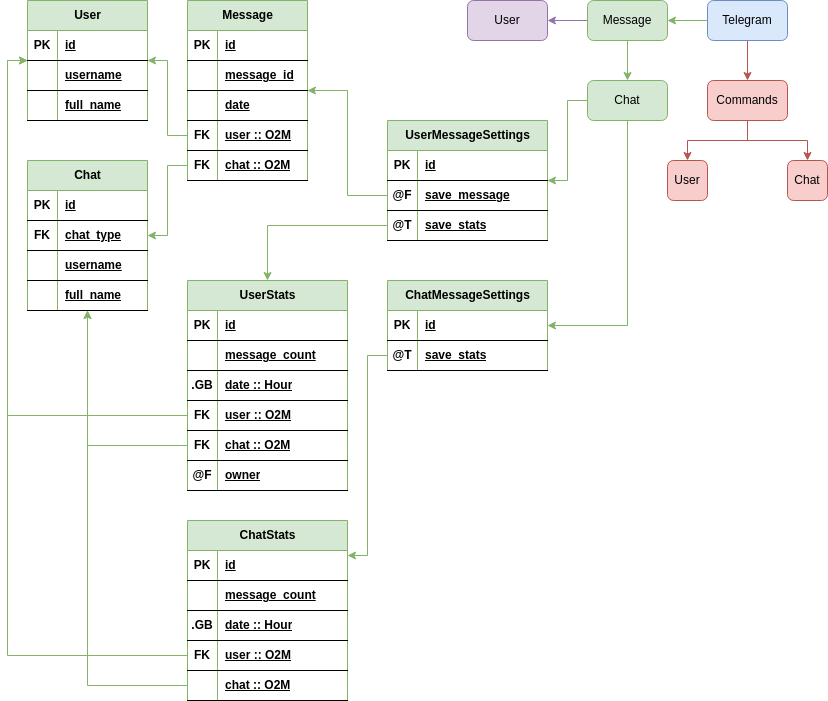
The draw.io diagram static/readme/TgBot.png in sh1chan/SmallToolBox, before a commit. Source tidied: cells renumbered, new cells last; positions are measured from the earlier drawing's top-left corner, leaving out a move shared by most shapes.
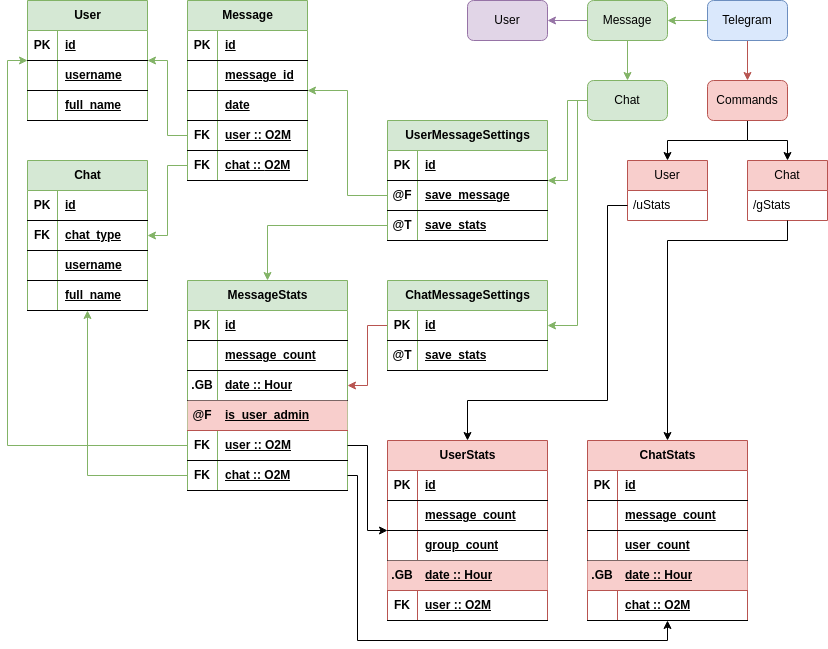
After the change.

The edit, as a diff of the source:
```diff
@@ -169,3 +169,3 @@
     </mxCell>
-    <mxCell id="53" value="UserStats" style="shape=table;startSize=30;rowLines=0;fontStyle=1;align=center;html=1;fillColor=#d5e8d4;strokeColor=#82b366;" parent="1" vertex="1">
+    <mxCell id="53" value="MessageStats" style="shape=table;startSize=30;rowLines=0;fontStyle=1;align=center;html=1;fillColor=#d5e8d4;strokeColor=#82b366;" parent="1" vertex="1">
       <mxGeometry x="180" y="280" width="160" height="210" as="geometry" />
@@ -199,4 +199,13 @@
     </mxCell>
+    <mxCell id="119" style="shape=tableRow;horizontal=0;startSize=0;swimlaneHead=0;swimlaneBody=0;fillColor=#f8cecc;top=0;left=0;right=0;bottom=1;strokeColor=#b85450;" parent="53" vertex="1">
+      <mxGeometry y="120" width="160" height="30" as="geometry" />
+    </mxCell>
+    <mxCell id="70" value="@F" style="shape=partialRectangle;fillColor=none;top=0;left=0;bottom=0;right=0;fontStyle=1;overflow=hidden;whiteSpace=wrap;html=1;" parent="119" vertex="1">
+      <mxGeometry width="30" height="30" as="geometry" />
+    </mxCell>
+    <mxCell id="120" value="is_user_admin" style="shape=partialRectangle;fillColor=none;top=0;left=0;bottom=0;right=0;align=left;spacingLeft=6;fontStyle=5;overflow=hidden;whiteSpace=wrap;html=1;" parent="119" vertex="1">
+      <mxGeometry x="30" width="130" height="30" as="geometry" />
+    </mxCell>
     <mxCell id="63" style="shape=tableRow;horizontal=0;startSize=0;swimlaneHead=0;swimlaneBody=0;fillColor=none;points=[[0,0.5],[1,0.5]];portConstraint=eastwest;top=0;left=0;right=0;bottom=1;" parent="53" vertex="1">
-      <mxGeometry y="120" width="160" height="30" as="geometry" />
+      <mxGeometry y="150" width="160" height="30" as="geometry" />
     </mxCell>
@@ -209,3 +218,3 @@
     <mxCell id="66" style="shape=tableRow;horizontal=0;startSize=0;swimlaneHead=0;swimlaneBody=0;fillColor=none;points=[[0,0.5],[1,0.5]];portConstraint=eastwest;top=0;left=0;right=0;bottom=1;" parent="53" vertex="1">
-      <mxGeometry y="150" width="160" height="30" as="geometry" />
+      <mxGeometry y="180" width="160" height="30" as="geometry" />
     </mxCell>
@@ -217,11 +226,5 @@
     </mxCell>
-    <mxCell id="69" style="shape=tableRow;horizontal=0;startSize=0;swimlaneHead=0;swimlaneBody=0;fillColor=none;top=0;left=0;right=0;bottom=1;" parent="53" vertex="1">
-      <mxGeometry y="180" width="160" height="30" as="geometry" />
-    </mxCell>
-    <mxCell id="70" value="@F" style="shape=partialRectangle;fillColor=none;top=0;left=0;bottom=0;right=0;fontStyle=1;overflow=hidden;whiteSpace=wrap;html=1;" parent="69" vertex="1">
-      <mxGeometry width="30" height="30" as="geometry" />
-    </mxCell>
-    <mxCell id="71" value="owner" style="shape=partialRectangle;fillColor=none;top=0;left=0;bottom=0;right=0;align=left;spacingLeft=6;fontStyle=5;overflow=hidden;whiteSpace=wrap;html=1;" parent="69" vertex="1">
-      <mxGeometry x="30" width="130" height="30" as="geometry" />
-    </mxCell>
+    <mxCell id="121" style="edgeStyle=orthogonalEdgeStyle;rounded=0;jettySize=auto;html=1;fillColor=#f8cecc;strokeColor=#b85450;" parent="1" edge="1" source="72" target="53">
+      <mxGeometry relative="1" as="geometry" />
+    </mxCell>
     <mxCell id="72" value="ChatMessageSettings" style="shape=table;startSize=30;rowLines=0;fontStyle=1;align=center;html=1;fillColor=#d5e8d4;strokeColor=#82b366;" parent="1" vertex="1">
@@ -259,50 +262,2 @@
     </mxCell>
-    <mxCell id="83" value="ChatStats" style="shape=table;startSize=30;rowLines=0;fontStyle=1;align=center;html=1;fillColor=#d5e8d4;strokeColor=#82b366;" parent="1" vertex="1">
-      <mxGeometry x="180" y="520" width="160" height="180" as="geometry" />
-    </mxCell>
-    <mxCell id="84" style="shape=tableRow;horizontal=0;startSize=0;swimlaneHead=0;swimlaneBody=0;fillColor=none;top=0;left=0;right=0;bottom=1;" parent="83" vertex="1">
-      <mxGeometry y="30" width="160" height="30" as="geometry" />
-    </mxCell>
-    <mxCell id="85" value="PK" style="shape=partialRectangle;fillColor=none;top=0;left=0;bottom=0;right=0;fontStyle=1;overflow=hidden;whiteSpace=wrap;html=1;" parent="84" vertex="1">
-      <mxGeometry width="30" height="30" as="geometry" />
-    </mxCell>
-    <mxCell id="86" value="id" style="shape=partialRectangle;fillColor=none;top=0;left=0;bottom=0;right=0;align=left;spacingLeft=6;fontStyle=5;overflow=hidden;whiteSpace=wrap;html=1;" parent="84" vertex="1">
-      <mxGeometry x="30" width="130" height="30" as="geometry" />
-    </mxCell>
-    <mxCell id="87" style="shape=tableRow;horizontal=0;startSize=0;swimlaneHead=0;swimlaneBody=0;fillColor=none;top=0;left=0;right=0;bottom=1;" parent="83" vertex="1">
-      <mxGeometry y="60" width="160" height="30" as="geometry" />
-    </mxCell>
-    <mxCell id="88" style="shape=partialRectangle;fillColor=none;top=0;left=0;bottom=0;right=0;fontStyle=1;overflow=hidden;whiteSpace=wrap;html=1;" parent="87" vertex="1">
-      <mxGeometry width="30" height="30" as="geometry" />
-    </mxCell>
-    <mxCell id="89" value="message_count" style="shape=partialRectangle;fillColor=none;top=0;left=0;bottom=0;right=0;align=left;spacingLeft=6;fontStyle=5;overflow=hidden;whiteSpace=wrap;html=1;" parent="87" vertex="1">
-      <mxGeometry x="30" width="130" height="30" as="geometry" />
-    </mxCell>
-    <mxCell id="90" style="shape=tableRow;horizontal=0;startSize=0;swimlaneHead=0;swimlaneBody=0;fillColor=none;top=0;left=0;right=0;bottom=1;" parent="83" vertex="1">
-      <mxGeometry y="90" width="160" height="30" as="geometry" />
-    </mxCell>
-    <mxCell id="91" value=".GB" style="shape=partialRectangle;fillColor=none;top=0;left=0;bottom=0;right=0;fontStyle=1;overflow=hidden;whiteSpace=wrap;html=1;" parent="90" vertex="1">
-      <mxGeometry width="30" height="30" as="geometry" />
-    </mxCell>
-    <mxCell id="92" value="date :: Hour" style="shape=partialRectangle;fillColor=none;top=0;left=0;bottom=0;right=0;align=left;spacingLeft=6;fontStyle=5;overflow=hidden;whiteSpace=wrap;html=1;" parent="90" vertex="1">
-      <mxGeometry x="30" width="130" height="30" as="geometry" />
-    </mxCell>
-    <mxCell id="93" style="shape=tableRow;horizontal=0;startSize=0;swimlaneHead=0;swimlaneBody=0;fillColor=none;points=[[0,0.5],[1,0.5]];portConstraint=eastwest;top=0;left=0;right=0;bottom=1;" parent="83" vertex="1">
-      <mxGeometry y="120" width="160" height="30" as="geometry" />
-    </mxCell>
-    <mxCell id="94" value="FK" style="shape=partialRectangle;fillColor=none;top=0;left=0;bottom=0;right=0;fontStyle=1;overflow=hidden;whiteSpace=wrap;html=1;" parent="93" vertex="1">
-      <mxGeometry width="30" height="30" as="geometry" />
-    </mxCell>
-    <mxCell id="95" value="user :: O2M" style="shape=partialRectangle;fillColor=none;top=0;left=0;bottom=0;right=0;align=left;spacingLeft=6;fontStyle=5;overflow=hidden;whiteSpace=wrap;html=1;" parent="93" vertex="1">
-      <mxGeometry x="30" width="130" height="30" as="geometry" />
-    </mxCell>
-    <mxCell id="96" style="shape=tableRow;horizontal=0;startSize=0;swimlaneHead=0;swimlaneBody=0;fillColor=none;points=[[0,0.5],[1,0.5]];portConstraint=eastwest;top=0;left=0;right=0;bottom=1;" parent="83" vertex="1">
-      <mxGeometry y="150" width="160" height="30" as="geometry" />
-    </mxCell>
-    <mxCell id="97" style="shape=partialRectangle;fillColor=none;top=0;left=0;bottom=0;right=0;fontStyle=1;overflow=hidden;whiteSpace=wrap;html=1;" parent="96" vertex="1">
-      <mxGeometry width="30" height="30" as="geometry" />
-    </mxCell>
-    <mxCell id="98" value="chat :: O2M" style="shape=partialRectangle;fillColor=none;top=0;left=0;bottom=0;right=0;align=left;spacingLeft=6;fontStyle=5;overflow=hidden;whiteSpace=wrap;html=1;" parent="96" vertex="1">
-      <mxGeometry x="30" width="130" height="30" as="geometry" />
-    </mxCell>
     <mxCell id="99" style="edgeStyle=orthogonalEdgeStyle;rounded=0;jettySize=auto;html=1;fillColor=#d5e8d4;strokeColor=#82b366;" parent="1" edge="1" source="66" target="28">
@@ -328,6 +283,6 @@
     </mxCell>
-    <mxCell id="106" style="edgeStyle=orthogonalEdgeStyle;rounded=0;jettySize=auto;html=1;fillColor=#f8cecc;strokeColor=#b85450;" parent="1" edge="1" source="108" target="117">
+    <mxCell id="106" style="edgeStyle=orthogonalEdgeStyle;rounded=0;jettySize=auto;html=1;" parent="1" edge="1" source="108" target="117">
       <mxGeometry relative="1" as="geometry" />
     </mxCell>
-    <mxCell id="107" style="edgeStyle=orthogonalEdgeStyle;rounded=0;jettySize=auto;html=1;fillColor=#f8cecc;strokeColor=#b85450;" parent="1" edge="1" source="108" target="118">
+    <mxCell id="107" style="edgeStyle=orthogonalEdgeStyle;rounded=0;jettySize=auto;html=1;" parent="1" edge="1" source="108" target="118">
       <mxGeometry relative="1" as="geometry" />
@@ -343,3 +298,4 @@
         <Array as="points">
-          <mxPoint x="620" y="325" />
+          <mxPoint x="570" y="100" />
+          <mxPoint x="570" y="325" />
         </Array>
@@ -353,10 +309,98 @@
     </mxCell>
-    <mxCell id="113" style="edgeStyle=orthogonalEdgeStyle;rounded=0;jettySize=auto;html=1;fillColor=#d5e8d4;strokeColor=#82b366;" parent="1" edge="1" source="76" target="83">
-      <mxGeometry relative="1" as="geometry">
-        <Array as="points">
-          <mxPoint x="360" y="355" />
-          <mxPoint x="360" y="555" />
-        </Array>
-      </mxGeometry>
-    </mxCell>
+    <mxCell id="122" value="UserStats" style="shape=table;startSize=30;rowLines=0;fontStyle=1;align=center;html=1;fillColor=#f8cecc;strokeColor=#b85450;" parent="1" vertex="1">
+      <mxGeometry x="380" y="440" width="160" height="180" as="geometry" />
+    </mxCell>
+    <mxCell id="123" style="shape=tableRow;horizontal=0;startSize=0;swimlaneHead=0;swimlaneBody=0;fillColor=none;top=0;left=0;right=0;bottom=1;" parent="122" vertex="1">
+      <mxGeometry y="30" width="160" height="30" as="geometry" />
+    </mxCell>
+    <mxCell id="124" value="PK" style="shape=partialRectangle;fillColor=none;top=0;left=0;bottom=0;right=0;fontStyle=1;overflow=hidden;whiteSpace=wrap;html=1;" parent="123" vertex="1">
+      <mxGeometry width="30" height="30" as="geometry" />
+    </mxCell>
+    <mxCell id="125" value="id" style="shape=partialRectangle;fillColor=none;top=0;left=0;bottom=0;right=0;align=left;spacingLeft=6;fontStyle=5;overflow=hidden;whiteSpace=wrap;html=1;" parent="123" vertex="1">
+      <mxGeometry x="30" width="130" height="30" as="geometry" />
+    </mxCell>
+    <mxCell id="126" style="shape=tableRow;horizontal=0;startSize=0;swimlaneHead=0;swimlaneBody=0;fillColor=none;top=0;left=0;right=0;bottom=1;" parent="122" vertex="1">
+      <mxGeometry y="60" width="160" height="30" as="geometry" />
+    </mxCell>
+    <mxCell id="127" style="shape=partialRectangle;fillColor=none;top=0;left=0;bottom=0;right=0;fontStyle=1;overflow=hidden;whiteSpace=wrap;html=1;" parent="126" vertex="1">
+      <mxGeometry width="30" height="30" as="geometry" />
+    </mxCell>
+    <mxCell id="128" value="message_count" style="shape=partialRectangle;fillColor=none;top=0;left=0;bottom=0;right=0;align=left;spacingLeft=6;fontStyle=5;overflow=hidden;whiteSpace=wrap;html=1;" parent="126" vertex="1">
+      <mxGeometry x="30" width="130" height="30" as="geometry" />
+    </mxCell>
+    <mxCell id="129" style="shape=tableRow;horizontal=0;startSize=0;swimlaneHead=0;swimlaneBody=0;fillColor=none;top=0;left=0;right=0;bottom=1;" parent="122" vertex="1">
+      <mxGeometry y="90" width="160" height="30" as="geometry" />
+    </mxCell>
+    <mxCell id="130" style="shape=partialRectangle;fillColor=none;top=0;left=0;bottom=0;right=0;fontStyle=1;overflow=hidden;whiteSpace=wrap;html=1;" parent="129" vertex="1">
+      <mxGeometry width="30" height="30" as="geometry" />
+    </mxCell>
+    <mxCell id="131" value="group_count" style="shape=partialRectangle;fillColor=none;top=0;left=0;bottom=0;right=0;align=left;spacingLeft=6;fontStyle=5;overflow=hidden;whiteSpace=wrap;html=1;" parent="129" vertex="1">
+      <mxGeometry x="30" width="130" height="30" as="geometry" />
+    </mxCell>
+    <mxCell id="132" style="shape=tableRow;horizontal=0;startSize=0;swimlaneHead=0;swimlaneBody=0;fillColor=#f8cecc;top=0;left=0;right=0;bottom=1;strokeColor=#b85450;" parent="122" vertex="1">
+      <mxGeometry y="120" width="160" height="30" as="geometry" />
+    </mxCell>
+    <mxCell id="133" value=".GB" style="shape=partialRectangle;fillColor=none;top=0;left=0;bottom=0;right=0;fontStyle=1;overflow=hidden;whiteSpace=wrap;html=1;" parent="132" vertex="1">
+      <mxGeometry width="30" height="30" as="geometry" />
+    </mxCell>
+    <mxCell id="134" value="date :: Hour" style="shape=partialRectangle;fillColor=none;top=0;left=0;bottom=0;right=0;align=left;spacingLeft=6;fontStyle=5;overflow=hidden;whiteSpace=wrap;html=1;" parent="132" vertex="1">
+      <mxGeometry x="30" width="130" height="30" as="geometry" />
+    </mxCell>
+    <mxCell id="135" style="shape=tableRow;horizontal=0;startSize=0;swimlaneHead=0;swimlaneBody=0;fillColor=none;top=0;left=0;right=0;bottom=1;" parent="122" vertex="1">
+      <mxGeometry y="150" width="160" height="30" as="geometry" />
+    </mxCell>
+    <mxCell id="94" value="FK" style="shape=partialRectangle;fillColor=none;top=0;left=0;bottom=0;right=0;fontStyle=1;overflow=hidden;whiteSpace=wrap;html=1;" parent="135" vertex="1">
+      <mxGeometry width="30" height="30" as="geometry" />
+    </mxCell>
+    <mxCell id="95" value="user :: O2M" style="shape=partialRectangle;fillColor=none;top=0;left=0;bottom=0;right=0;align=left;spacingLeft=6;fontStyle=5;overflow=hidden;whiteSpace=wrap;html=1;" parent="135" vertex="1">
+      <mxGeometry x="30" width="130" height="30" as="geometry" />
+    </mxCell>
+    <mxCell id="83" value="ChatStats" style="shape=table;startSize=30;rowLines=0;fontStyle=1;align=center;html=1;fillColor=#f8cecc;strokeColor=#b85450;" parent="1" vertex="1">
+      <mxGeometry x="580" y="440" width="160" height="180" as="geometry" />
+    </mxCell>
+    <mxCell id="136" style="shape=tableRow;horizontal=0;startSize=0;swimlaneHead=0;swimlaneBody=0;fillColor=none;top=0;left=0;right=0;bottom=1;" parent="83" vertex="1">
+      <mxGeometry y="30" width="160" height="30" as="geometry" />
+    </mxCell>
+    <mxCell id="137" value="PK" style="shape=partialRectangle;fillColor=none;top=0;left=0;bottom=0;right=0;fontStyle=1;overflow=hidden;whiteSpace=wrap;html=1;" parent="136" vertex="1">
+      <mxGeometry width="30" height="30" as="geometry" />
+    </mxCell>
+    <mxCell id="138" value="id" style="shape=partialRectangle;fillColor=none;top=0;left=0;bottom=0;right=0;align=left;spacingLeft=6;fontStyle=5;overflow=hidden;whiteSpace=wrap;html=1;" parent="136" vertex="1">
+      <mxGeometry x="30" width="130" height="30" as="geometry" />
+    </mxCell>
+    <mxCell id="139" style="shape=tableRow;horizontal=0;startSize=0;swimlaneHead=0;swimlaneBody=0;fillColor=none;top=0;left=0;right=0;bottom=1;" parent="83" vertex="1">
+      <mxGeometry y="60" width="160" height="30" as="geometry" />
+    </mxCell>
+    <mxCell id="140" style="shape=partialRectangle;fillColor=none;top=0;left=0;bottom=0;right=0;fontStyle=1;overflow=hidden;whiteSpace=wrap;html=1;" parent="139" vertex="1">
+      <mxGeometry width="30" height="30" as="geometry" />
+    </mxCell>
+    <mxCell id="141" value="message_count" style="shape=partialRectangle;fillColor=none;top=0;left=0;bottom=0;right=0;align=left;spacingLeft=6;fontStyle=5;overflow=hidden;whiteSpace=wrap;html=1;" parent="139" vertex="1">
+      <mxGeometry x="30" width="130" height="30" as="geometry" />
+    </mxCell>
+    <mxCell id="142" style="shape=tableRow;horizontal=0;startSize=0;swimlaneHead=0;swimlaneBody=0;fillColor=none;top=0;left=0;right=0;bottom=1;" parent="83" vertex="1">
+      <mxGeometry y="90" width="160" height="30" as="geometry" />
+    </mxCell>
+    <mxCell id="143" style="shape=partialRectangle;fillColor=none;top=0;left=0;bottom=0;right=0;fontStyle=1;overflow=hidden;whiteSpace=wrap;html=1;" parent="142" vertex="1">
+      <mxGeometry width="30" height="30" as="geometry" />
+    </mxCell>
+    <mxCell id="144" value="user_count" style="shape=partialRectangle;fillColor=none;top=0;left=0;bottom=0;right=0;align=left;spacingLeft=6;fontStyle=5;overflow=hidden;whiteSpace=wrap;html=1;" parent="142" vertex="1">
+      <mxGeometry x="30" width="130" height="30" as="geometry" />
+    </mxCell>
+    <mxCell id="145" style="shape=tableRow;horizontal=0;startSize=0;swimlaneHead=0;swimlaneBody=0;fillColor=#f8cecc;top=0;left=0;right=0;bottom=1;strokeColor=#b85450;" parent="83" vertex="1">
+      <mxGeometry y="120" width="160" height="30" as="geometry" />
+    </mxCell>
+    <mxCell id="146" value=".GB" style="shape=partialRectangle;fillColor=none;top=0;left=0;bottom=0;right=0;fontStyle=1;overflow=hidden;whiteSpace=wrap;html=1;" parent="145" vertex="1">
+      <mxGeometry width="30" height="30" as="geometry" />
+    </mxCell>
+    <mxCell id="147" value="date :: Hour" style="shape=partialRectangle;fillColor=none;top=0;left=0;bottom=0;right=0;align=left;spacingLeft=6;fontStyle=5;overflow=hidden;whiteSpace=wrap;html=1;" parent="145" vertex="1">
+      <mxGeometry x="30" width="130" height="30" as="geometry" />
+    </mxCell>
+    <mxCell id="148" style="shape=tableRow;horizontal=0;startSize=0;swimlaneHead=0;swimlaneBody=0;fillColor=none;top=0;left=0;right=0;bottom=1;" parent="83" vertex="1">
+      <mxGeometry y="150" width="160" height="30" as="geometry" />
+    </mxCell>
+    <mxCell id="149" style="shape=partialRectangle;fillColor=none;top=0;left=0;bottom=0;right=0;fontStyle=1;overflow=hidden;whiteSpace=wrap;html=1;" parent="148" vertex="1">
+      <mxGeometry width="30" height="30" as="geometry" />
+    </mxCell>
+    <mxCell id="98" value="chat :: O2M" style="shape=partialRectangle;fillColor=none;top=0;left=0;bottom=0;right=0;align=left;spacingLeft=6;fontStyle=5;overflow=hidden;whiteSpace=wrap;html=1;" parent="148" vertex="1">
+      <mxGeometry x="30" width="130" height="30" as="geometry" />
+    </mxCell>
     <mxCell id="114" style="edgeStyle=orthogonalEdgeStyle;rounded=0;jettySize=auto;html=1;fillColor=#d5e8d4;strokeColor=#82b366;" parent="1" edge="1" source="63" target="18">
@@ -364,3 +408,3 @@
         <Array as="points">
-          <mxPoint y="415" />
+          <mxPoint y="445" />
           <mxPoint y="60" />
@@ -369,19 +413,48 @@
     </mxCell>
-    <mxCell id="115" style="edgeStyle=orthogonalEdgeStyle;rounded=0;jettySize=auto;html=1;fillColor=#d5e8d4;strokeColor=#82b366;" parent="1" edge="1" source="93" target="18">
-      <mxGeometry relative="1" as="geometry">
-        <Array as="points">
-          <mxPoint y="655" />
-          <mxPoint y="60" />
-        </Array>
-      </mxGeometry>
-    </mxCell>
-    <mxCell id="116" style="edgeStyle=orthogonalEdgeStyle;rounded=0;jettySize=auto;html=1;fillColor=#d5e8d4;strokeColor=#82b366;" parent="1" edge="1" source="96" target="28">
-      <mxGeometry relative="1" as="geometry" />
-    </mxCell>
-    <mxCell id="117" value="User" style="whiteSpace=wrap;html=1;rounded=1;fillColor=#f8cecc;strokeColor=#b85450;" parent="1" vertex="1">
-      <mxGeometry x="660" y="160" width="40" height="40" as="geometry" />
+    <mxCell id="117" value="User" style="swimlane;fontStyle=0;horizontal=1;startSize=30;whiteSpace=wrap;html=1;fillColor=#f8cecc;strokeColor=#b85450;" parent="1" vertex="1">
+      <mxGeometry x="620" y="160" width="80" height="60" as="geometry" />
     </mxCell>
+    <mxCell id="150" value="/uStats" style="text;strokeColor=none;fillColor=none;align=left;verticalAlign=middle;spacingLeft=4;spacingRight=4;overflow=hidden;points=[[0,0.5],[1,0.5]];portConstraint=eastwest;whiteSpace=wrap;html=1;" parent="117" vertex="1">
+      <mxGeometry y="30" width="80" height="30" as="geometry" />
+    </mxCell>
-    <mxCell id="118" value="Chat" style="whiteSpace=wrap;html=1;rounded=1;fillColor=#f8cecc;strokeColor=#b85450;" parent="1" vertex="1">
-      <mxGeometry x="780" y="160" width="40" height="40" as="geometry" />
+    <mxCell id="118" value="Chat" style="swimlane;fontStyle=0;horizontal=1;startSize=30;whiteSpace=wrap;html=1;fillColor=#f8cecc;strokeColor=#b85450;" parent="1" vertex="1">
+      <mxGeometry x="740" y="160" width="80" height="60" as="geometry" />
     </mxCell>
+    <mxCell id="151" value="/gStats" style="text;strokeColor=none;fillColor=none;align=left;verticalAlign=middle;spacingLeft=4;spacingRight=4;overflow=hidden;points=[[0,0.5],[1,0.5]];portConstraint=eastwest;whiteSpace=wrap;html=1;" parent="118" vertex="1">
+      <mxGeometry y="30" width="80" height="30" as="geometry" />
+    </mxCell>
+    <mxCell id="152" style="edgeStyle=orthogonalEdgeStyle;rounded=0;jettySize=auto;html=1;" parent="1" edge="1" source="150" target="122">
+      <mxGeometry relative="1" as="geometry">
+        <Array as="points">
+          <mxPoint x="600" y="205" />
+          <mxPoint x="600" y="400" />
+          <mxPoint x="460" y="400" />
+        </Array>
+      </mxGeometry>
+    </mxCell>
+    <mxCell id="153" style="edgeStyle=orthogonalEdgeStyle;rounded=0;jettySize=auto;html=1;" parent="1" edge="1" source="151" target="83">
+      <mxGeometry relative="1" as="geometry">
+        <Array as="points">
+          <mxPoint x="780" y="240" />
+          <mxPoint x="660" y="240" />
+        </Array>
+      </mxGeometry>
+    </mxCell>
+    <mxCell id="154" style="edgeStyle=orthogonalEdgeStyle;rounded=0;jettySize=auto;html=1;" parent="1" edge="1" source="63" target="122">
+      <mxGeometry relative="1" as="geometry">
+        <Array as="points">
+          <mxPoint x="360" y="445" />
+          <mxPoint x="360" y="530" />
+        </Array>
+      </mxGeometry>
+    </mxCell>
+    <mxCell id="155" style="edgeStyle=orthogonalEdgeStyle;rounded=0;jettySize=auto;html=1;" parent="1" edge="1" source="66" target="83">
+      <mxGeometry relative="1" as="geometry">
+        <Array as="points">
+          <mxPoint x="350" y="475" />
+          <mxPoint x="350" y="640" />
+          <mxPoint x="660" y="640" />
+        </Array>
+      </mxGeometry>
+    </mxCell>
   </root>
```
